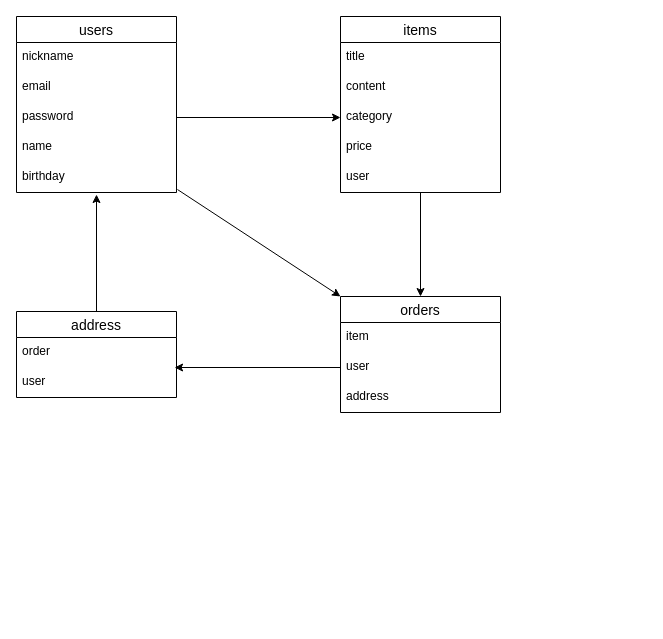
lemon0922/furima-38251 keeps this draw.io diagram as furima.dio. Above is the earlier version. Source tidied: cells renumbered, new cells numbered last; positions are measured from the earlier drawing's top-left corner, leaving out a move shared by most shapes. Both pictures are drawn from the tidied source at 100%, with x=0, y=0 at pixel (16, 16).
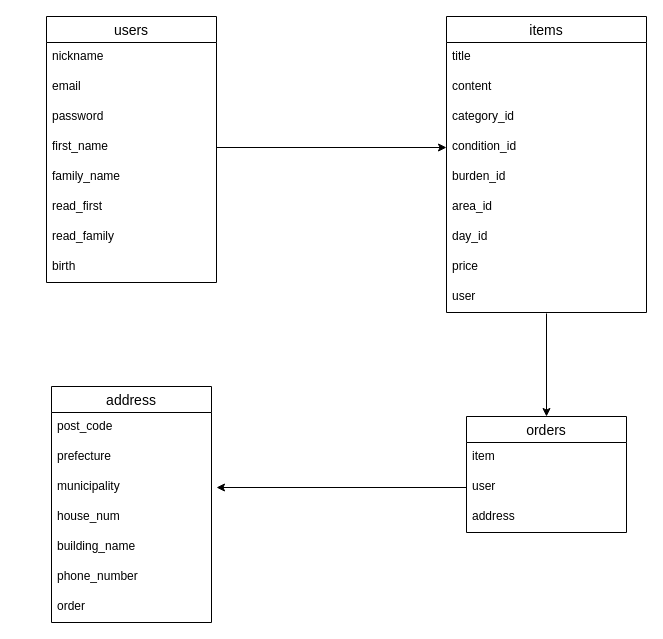
Above is the later version.

The change refers to these unchanged cells:
```xml
<mxCell id="20" value="user" style="text;strokeColor=none;fillColor=none;spacingLeft=4;spacingRight=4;overflow=hidden;points=[[0,0.5],[1,0.5]];portConstraint=eastwest;fontSize=12;" parent="18" vertex="1">
  <mxGeometry y="56" width="160" height="30" as="geometry" />
</mxCell>
```

Change to the diagram source:
```diff
@@
     <mxCell id="2" value="users" style="swimlane;fontStyle=0;horizontal=1;startSize=26;align=center;fontSize=14;" parent="1" vertex="1">
-      <mxGeometry width="160" height="176" as="geometry" />
+      <mxGeometry x="30" width="170" height="266" as="geometry" />
     </mxCell>
     <mxCell id="3" value="nickname" style="text;strokeColor=none;fillColor=none;spacingLeft=4;spacingRight=4;overflow=hidden;fontSize=12;" parent="2" vertex="1">
-      <mxGeometry y="26" width="160" height="30" as="geometry" />
+      <mxGeometry y="26" width="170" height="30" as="geometry" />
     </mxCell>
     <mxCell id="4" value="email" style="text;strokeColor=none;fillColor=none;spacingLeft=4;spacingRight=4;overflow=hidden;fontSize=12;" parent="2" vertex="1">
-      <mxGeometry y="56" width="160" height="30" as="geometry" />
+      <mxGeometry y="56" width="170" height="30" as="geometry" />
     </mxCell>
     <mxCell id="5" value="password" style="text;strokeColor=none;fillColor=none;spacingLeft=4;spacingRight=4;overflow=hidden;points=[[0,0.5],[1,0.5]];portConstraint=eastwest;fontSize=12;" parent="2" vertex="1">
-      <mxGeometry y="86" width="160" height="30" as="geometry" />
+      <mxGeometry y="86" width="170" height="30" as="geometry" />
     </mxCell>
-    <mxCell id="6" value="name" style="text;strokeColor=none;fillColor=none;spacingLeft=4;spacingRight=4;overflow=hidden;points=[[0,0.5],[1,0.5]];portConstraint=eastwest;fontSize=12;" parent="2" vertex="1">
-      <mxGeometry y="116" width="160" height="30" as="geometry" />
+    <mxCell id="6" value="first_name" style="text;strokeColor=none;fillColor=none;spacingLeft=4;spacingRight=4;overflow=hidden;points=[[0,0.5],[1,0.5]];portConstraint=eastwest;fontSize=12;" parent="2" vertex="1">
+      <mxGeometry y="116" width="170" height="30" as="geometry" />
     </mxCell>
-    <mxCell id="7" value="birthday" style="text;strokeColor=none;fillColor=none;spacingLeft=4;spacingRight=4;overflow=hidden;points=[[0,0.5],[1,0.5]];portConstraint=eastwest;fontSize=12;" parent="2" vertex="1">
-      <mxGeometry y="146" width="160" height="30" as="geometry" />
+    <mxCell id="7" value="family_name" style="text;strokeColor=none;fillColor=none;spacingLeft=4;spacingRight=4;overflow=hidden;points=[[0,0.5],[1,0.5]];portConstraint=eastwest;fontSize=12;" parent="2" vertex="1">
+      <mxGeometry y="146" width="170" height="30" as="geometry" />
     </mxCell>
+    <mxCell id="26" value="read_first" style="text;strokeColor=none;fillColor=none;spacingLeft=4;spacingRight=4;overflow=hidden;fontSize=12;" parent="2" vertex="1">
+      <mxGeometry y="176" width="170" height="30" as="geometry" />
+    </mxCell>
+    <mxCell id="27" value="read_family" style="text;strokeColor=none;fillColor=none;spacingLeft=4;spacingRight=4;overflow=hidden;fontSize=12;" parent="2" vertex="1">
+      <mxGeometry y="206" width="170" height="30" as="geometry" />
+    </mxCell>
+    <mxCell id="28" value="birth" style="text;strokeColor=none;fillColor=none;spacingLeft=4;spacingRight=4;overflow=hidden;fontSize=12;" parent="2" vertex="1">
+      <mxGeometry y="236" width="170" height="30" as="geometry" />
+    </mxCell>
     <mxCell id="8" value="items" style="swimlane;fontStyle=0;horizontal=1;startSize=26;align=center;fontSize=14;" parent="1" vertex="1">
-      <mxGeometry x="324" width="160" height="176" as="geometry" />
+      <mxGeometry x="430" width="200" height="296" as="geometry" />
     </mxCell>
     <mxCell id="9" value="title" style="text;strokeColor=none;fillColor=none;spacingLeft=4;spacingRight=4;overflow=hidden;fontSize=12;" parent="8" vertex="1">
-      <mxGeometry y="26" width="160" height="30" as="geometry" />
+      <mxGeometry y="26" width="200" height="30" as="geometry" />
     </mxCell>
     <mxCell id="10" value="content" style="text;strokeColor=none;fillColor=none;spacingLeft=4;spacingRight=4;overflow=hidden;fontSize=12;" parent="8" vertex="1">
-      <mxGeometry y="56" width="160" height="30" as="geometry" />
+      <mxGeometry y="56" width="200" height="30" as="geometry" />
     </mxCell>
-    <mxCell id="11" value="category" style="text;strokeColor=none;fillColor=none;spacingLeft=4;spacingRight=4;overflow=hidden;points=[[0,0.5],[1,0.5]];portConstraint=eastwest;fontSize=12;" parent="8" vertex="1">
-      <mxGeometry y="86" width="160" height="30" as="geometry" />
+    <mxCell id="11" value="category_id&#10;" style="text;strokeColor=none;fillColor=none;spacingLeft=4;spacingRight=4;overflow=hidden;points=[[0,0.5],[1,0.5]];portConstraint=eastwest;fontSize=12;" parent="8" vertex="1">
+      <mxGeometry y="86" width="200" height="30" as="geometry" />
     </mxCell>
-    <mxCell id="12" value="price" style="text;strokeColor=none;fillColor=none;spacingLeft=4;spacingRight=4;overflow=hidden;points=[[0,0.5],[1,0.5]];portConstraint=eastwest;fontSize=12;" parent="8" vertex="1">
-      <mxGeometry y="116" width="160" height="30" as="geometry" />
+    <mxCell id="12" value="condition_id" style="text;strokeColor=none;fillColor=none;spacingLeft=4;spacingRight=4;overflow=hidden;points=[[0,0.5],[1,0.5]];portConstraint=eastwest;fontSize=12;" parent="8" vertex="1">
+      <mxGeometry y="116" width="200" height="30" as="geometry" />
     </mxCell>
-    <mxCell id="13" value="user" style="text;strokeColor=none;fillColor=none;spacingLeft=4;spacingRight=4;overflow=hidden;points=[[0,0.5],[1,0.5]];portConstraint=eastwest;fontSize=12;" parent="8" vertex="1">
-      <mxGeometry y="146" width="160" height="30" as="geometry" />
-    </mxCell>
-    <mxCell id="14" style="edgeStyle=none;html=1;exitX=0.5;exitY=0;exitDx=0;exitDy=0;entryX=0.5;entryY=1.067;entryDx=0;entryDy=0;entryPerimeter=0;" parent="1" edge="1" source="15" target="7">
-      <mxGeometry relative="1" as="geometry" />
-    </mxCell>
+    <mxCell id="29" value="burden_id&#10;&#10;" style="text;strokeColor=none;fillColor=none;spacingLeft=4;spacingRight=4;overflow=hidden;fontSize=12;" parent="8" vertex="1">
+      <mxGeometry y="146" width="200" height="30" as="geometry" />
+    </mxCell>
+    <mxCell id="30" value="area_id&#10;" style="text;strokeColor=none;fillColor=none;spacingLeft=4;spacingRight=4;overflow=hidden;fontSize=12;" parent="8" vertex="1">
+      <mxGeometry y="176" width="200" height="30" as="geometry" />
+    </mxCell>
+    <mxCell id="31" value="day_id&#10;" style="text;strokeColor=none;fillColor=none;spacingLeft=4;spacingRight=4;overflow=hidden;fontSize=12;" parent="8" vertex="1">
+      <mxGeometry y="206" width="200" height="30" as="geometry" />
+    </mxCell>
+    <mxCell id="32" value="price" style="text;strokeColor=none;fillColor=none;spacingLeft=4;spacingRight=4;overflow=hidden;fontSize=12;" parent="8" vertex="1">
+      <mxGeometry y="236" width="200" height="30" as="geometry" />
+    </mxCell>
+    <mxCell id="33" value="user" style="text;strokeColor=none;fillColor=none;spacingLeft=4;spacingRight=4;overflow=hidden;points=[[0,0.5],[1,0.5]];portConstraint=eastwest;fontSize=12;" parent="8" vertex="1">
+      <mxGeometry y="266" width="200" height="30" as="geometry" />
+    </mxCell>
     <mxCell id="15" value="address" style="swimlane;fontStyle=0;horizontal=1;startSize=26;align=center;fontSize=14;" parent="1" vertex="1">
-      <mxGeometry y="295" width="160" height="86" as="geometry" />
+      <mxGeometry x="35" y="370" width="160" height="236" as="geometry" />
     </mxCell>
-    <mxCell id="16" value="order" style="text;strokeColor=none;fillColor=none;spacingLeft=4;spacingRight=4;overflow=hidden;fontSize=12;" parent="15" vertex="1">
+    <mxCell id="16" value="post_code" style="text;strokeColor=none;fillColor=none;spacingLeft=4;spacingRight=4;overflow=hidden;fontSize=12;" parent="15" vertex="1">
       <mxGeometry y="26" width="160" height="30" as="geometry" />
     </mxCell>
-    <mxCell id="17" value="user" style="text;strokeColor=none;fillColor=none;spacingLeft=4;spacingRight=4;overflow=hidden;points=[[0,0.5],[1,0.5]];portConstraint=eastwest;fontSize=12;" parent="15" vertex="1">
-      <mxGeometry y="56" width="160" height="30" as="geometry" />
-    </mxCell>
+    <mxCell id="34" value="prefecture" style="text;strokeColor=none;fillColor=none;spacingLeft=4;spacingRight=4;overflow=hidden;fontSize=12;" parent="15" vertex="1">
+      <mxGeometry y="56" width="160" height="30" as="geometry" />
+    </mxCell>
+    <mxCell id="35" value="municipality" style="text;strokeColor=none;fillColor=none;spacingLeft=4;spacingRight=4;overflow=hidden;fontSize=12;" parent="15" vertex="1">
+      <mxGeometry y="86" width="160" height="30" as="geometry" />
+    </mxCell>
+    <mxCell id="36" value="house_num" style="text;strokeColor=none;fillColor=none;spacingLeft=4;spacingRight=4;overflow=hidden;fontSize=12;" parent="15" vertex="1">
+      <mxGeometry y="116" width="160" height="30" as="geometry" />
+    </mxCell>
+    <mxCell id="37" value="building_name" style="text;strokeColor=none;fillColor=none;spacingLeft=4;spacingRight=4;overflow=hidden;fontSize=12;" parent="15" vertex="1">
+      <mxGeometry y="146" width="160" height="30" as="geometry" />
+    </mxCell>
+    <mxCell id="38" value="phone_number" style="text;strokeColor=none;fillColor=none;spacingLeft=4;spacingRight=4;overflow=hidden;fontSize=12;" parent="15" vertex="1">
+      <mxGeometry y="176" width="160" height="30" as="geometry" />
+    </mxCell>
+    <mxCell id="39" value="order" style="text;strokeColor=none;fillColor=none;spacingLeft=4;spacingRight=4;overflow=hidden;fontSize=12;" parent="15" vertex="1">
+      <mxGeometry y="206" width="160" height="30" as="geometry" />
+    </mxCell>
     <mxCell id="18" value="orders" style="swimlane;fontStyle=0;horizontal=1;startSize=26;align=center;fontSize=14;" parent="1" vertex="1">
-      <mxGeometry x="324" y="280" width="160" height="116" as="geometry" />
+      <mxGeometry x="450" y="400" width="160" height="116" as="geometry" />
     </mxCell>
@@
-    <mxCell id="22" style="edgeStyle=none;html=1;exitX=1;exitY=0.5;exitDx=0;exitDy=0;entryX=0;entryY=0.5;entryDx=0;entryDy=0;" parent="1" edge="1" source="5" target="11">
-      <mxGeometry relative="1" as="geometry" />
-    </mxCell>
-    <mxCell id="23" style="edgeStyle=none;html=1;entryX=0.5;entryY=0;entryDx=0;entryDy=0;" parent="1" edge="1" source="13" target="18">
-      <mxGeometry relative="1" as="geometry" />
-    </mxCell>
-    <mxCell id="24" style="edgeStyle=none;html=1;exitX=0;exitY=0.5;exitDx=0;exitDy=0;entryX=0.988;entryY=0;entryDx=0;entryDy=0;entryPerimeter=0;" parent="1" edge="1" source="20" target="17">
-      <mxGeometry relative="1" as="geometry" />
-    </mxCell>
-    <mxCell id="25" style="edgeStyle=none;html=1;exitX=1.006;exitY=0.9;exitDx=0;exitDy=0;entryX=0;entryY=0;entryDx=0;entryDy=0;exitPerimeter=0;" parent="1" edge="1" source="7" target="18">
-      <mxGeometry relative="1" as="geometry" />
-    </mxCell>
+    <mxCell id="40" style="edgeStyle=none;html=1;exitX=1;exitY=0.5;exitDx=0;exitDy=0;entryX=0;entryY=0.5;entryDx=0;entryDy=0;" parent="1" edge="1" source="6" target="12">
+      <mxGeometry relative="1" as="geometry" />
+    </mxCell>
+    <mxCell id="41" style="edgeStyle=none;html=1;exitX=0.5;exitY=1.033;exitDx=0;exitDy=0;entryX=0.5;entryY=0;entryDx=0;entryDy=0;exitPerimeter=0;" parent="1" edge="1" source="33" target="18">
+      <mxGeometry relative="1" as="geometry" />
+    </mxCell>
+    <mxCell id="42" style="edgeStyle=none;html=1;exitX=0;exitY=0.5;exitDx=0;exitDy=0;" parent="1" edge="1" source="20">
+      <mxGeometry relative="1" as="geometry">
+        <mxPoint x="200" y="471" as="targetPoint" />
+      </mxGeometry>
+    </mxCell>
```
